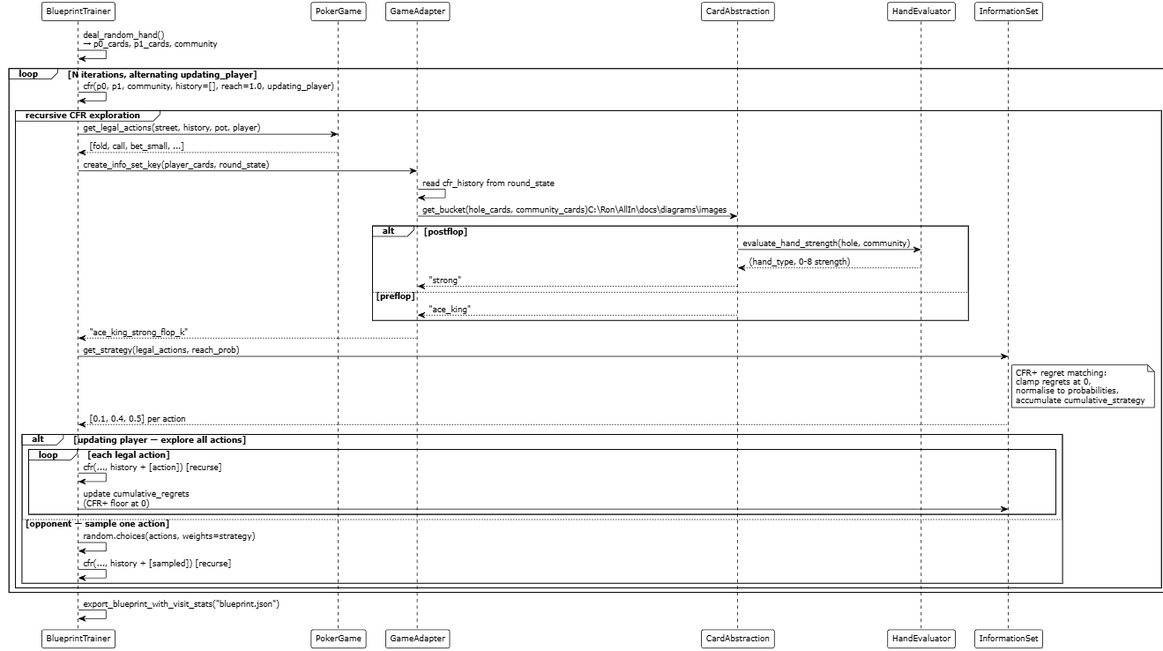
Above: docs/diagrams/images/training_sequence.png in jianrontan/AllIn (PlantUML), before the change. Its source is kept beside it as docs/diagrams/training_sequence.puml.
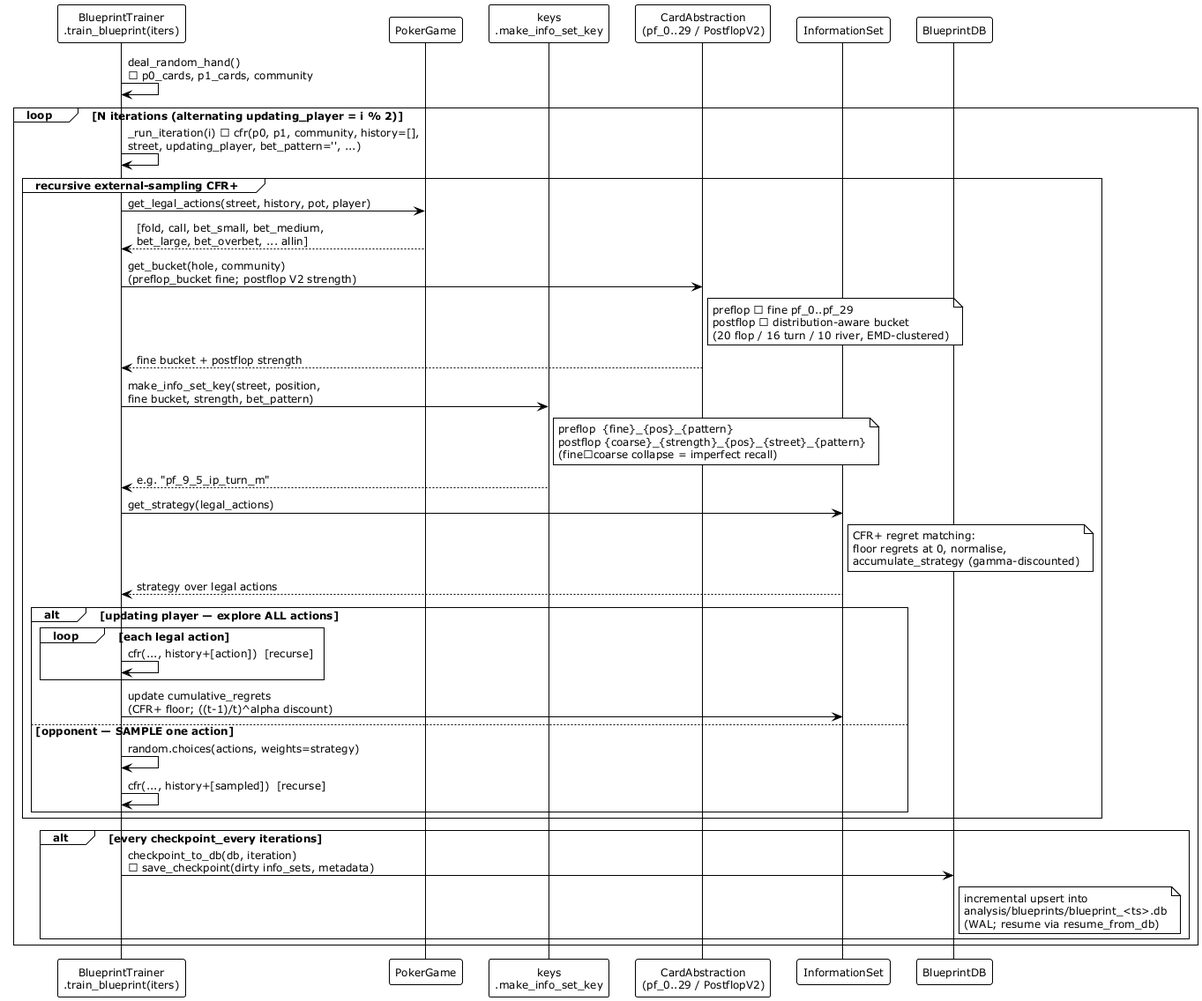
The same diagram one commit later.

Change to the diagram source:
```diff
@@ -2,50 +2,50 @@
 !theme plain
 skinparam defaultFontSize 12
 
-participant "BlueprintTrainer" as BT
+
+participant "BlueprintTrainer\n.train_blueprint(iters)" as BT
 participant "PokerGame" as PG
-participant "GameAdapter" as GA
-participant "CardAbstraction" as CA
-participant "HandEvaluator" as HE
+participant "keys\n.make_info_set_key" as KEYS
+participant "CardAbstraction\n(pf_0..29 / PostflopV2)" as CA
 participant "InformationSet" as IS
+participant "BlueprintDB" as DB
 
 BT -> BT: deal_random_hand()\n→ p0_cards, p1_cards, community
 
-loop N iterations, alternating updating_player
-  BT -> BT: cfr(p0, p1, community, history=[], reach=1.0, updating_player)
+loop N iterations (alternating updating_player = i % 2)
+  BT -> BT: _run_iteration(i) → cfr(p0, p1, community, history=[],\nstreet, updating_player, bet_pattern='', ...)
 
-  group recursive CFR exploration
+  group recursive external-sampling CFR+
     BT -> PG: get_legal_actions(street, history, pot, player)
-    PG --> BT: [fold, call, bet_small, ...]
+    PG --> BT: [fold, call, bet_small, bet_medium,\nbet_large, bet_overbet, ... allin]
 
-    BT -> GA: create_info_set_key(player_cards, round_state)
-    GA -> GA: read cfr_history from round_state
-    GA -> CA: get_bucket(hole_cards, community_cards)C:\Ron\AllIn\docs\diagrams\images
-    alt postflop
-      CA -> HE: evaluate_hand_strength(hole, community)
-      HE --> CA: (hand_type, 0-8 strength)
-      CA --> GA: "strong"
-    else preflop
-      CA --> GA: "ace_king"
+    BT -> CA: get_bucket(hole, community)\n(preflop_bucket fine; postflop V2 strength)
+    note right of CA: preflop → fine pf_0..pf_29\npostflop → distribution-aware bucket\n(20 flop / 16 turn / 10 river, EMD-clustered)
+    CA --> BT: fine bucket + postflop strength
+
+    BT -> KEYS: make_info_set_key(street, position,\nfine bucket, strength, bet_pattern)
+    note right of KEYS: preflop  {fine}_{pos}_{pattern}\npostflop {coarse}_{strength}_{pos}_{street}_{pattern}\n(fine→coarse collapse = imperfect recall)
+    KEYS --> BT: e.g. "pf_9_5_ip_turn_m"
+
+    BT -> IS: get_strategy(legal_actions)
+    note right of IS: CFR+ regret matching:\nfloor regrets at 0, normalise,\naccumulate_strategy (gamma-discounted)
+    IS --> BT: strategy over legal actions
+
+    alt updating player — explore ALL actions
+      loop each legal action
+        BT -> BT: cfr(..., history+[action])  [recurse]
+      end
+      BT -> IS: update cumulative_regrets\n(CFR+ floor; ((t-1)/t)^alpha discount)
+    else opponent — SAMPLE one action
+      BT -> BT: random.choices(actions, weights=strategy)
+      BT -> BT: cfr(..., history+[sampled])  [recurse]
     end
-    GA --> BT: "ace_king_strong_flop_k"
+  end
 
-    BT -> IS: get_strategy(legal_actions, reach_prob)
-    note right of IS: CFR+ regret matching:\nclamp regrets at 0,\nnormalise to probabilities,\naccumulate cumulative_strategy
-    IS --> BT: [0.1, 0.4, 0.5] per action
-
-    alt updating player — explore all actions
-      loop each legal action
-        BT -> BT: cfr(..., history + [action])  [recurse]
-        BT -> IS: update cumulative_regrets\n(CFR+ floor at 0)
-      end
-    else opponent — sample one action
-      BT -> BT: random.choices(actions, weights=strategy)
-      BT -> BT: cfr(..., history + [sampled])  [recurse]
-    end
+  alt every checkpoint_every iterations
+    BT -> DB: checkpoint_to_db(db, iteration)\n→ save_checkpoint(dirty info_sets, metadata)
+    note right of DB: incremental upsert into\nanalysis/blueprints/blueprint_<ts>.db\n(WAL; resume via resume_from_db)
   end
 end
 
-BT -> BT: export_blueprint_with_visit_stats("blueprint.json")
-
 @enduml
```
